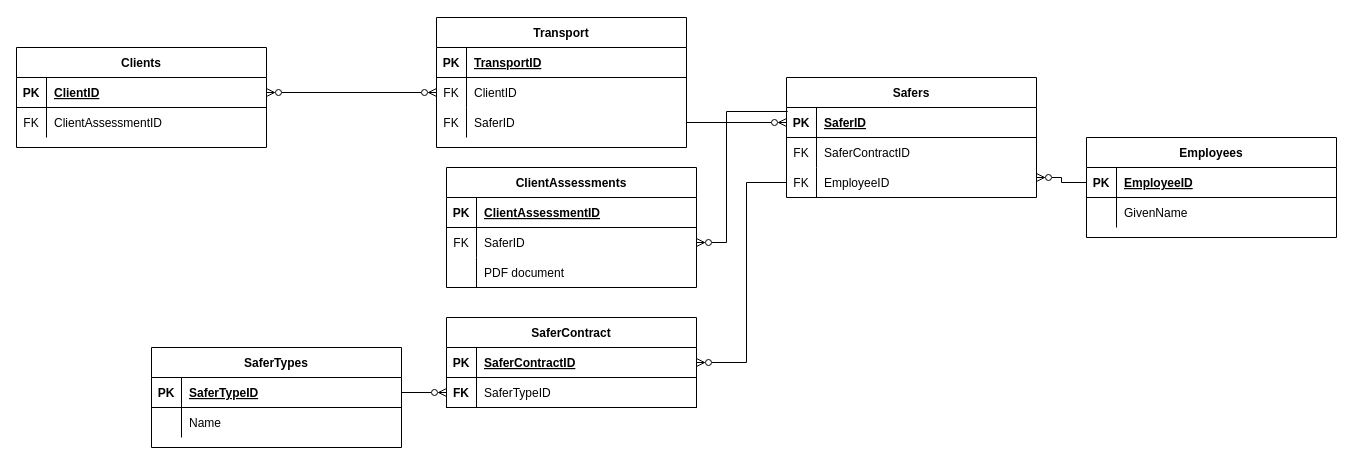
Witchs-Cat/SqliteWithCMD keeps this draw.io diagram as auto.drawio. Above is the earlier version. Source tidied: cells renumbered, new cells numbered last; positions are measured from the earlier drawing's top-left corner, leaving out a move shared by most shapes. Both pictures are drawn from the tidied source at 100%, with x=0, y=0 at pixel (16, 17).
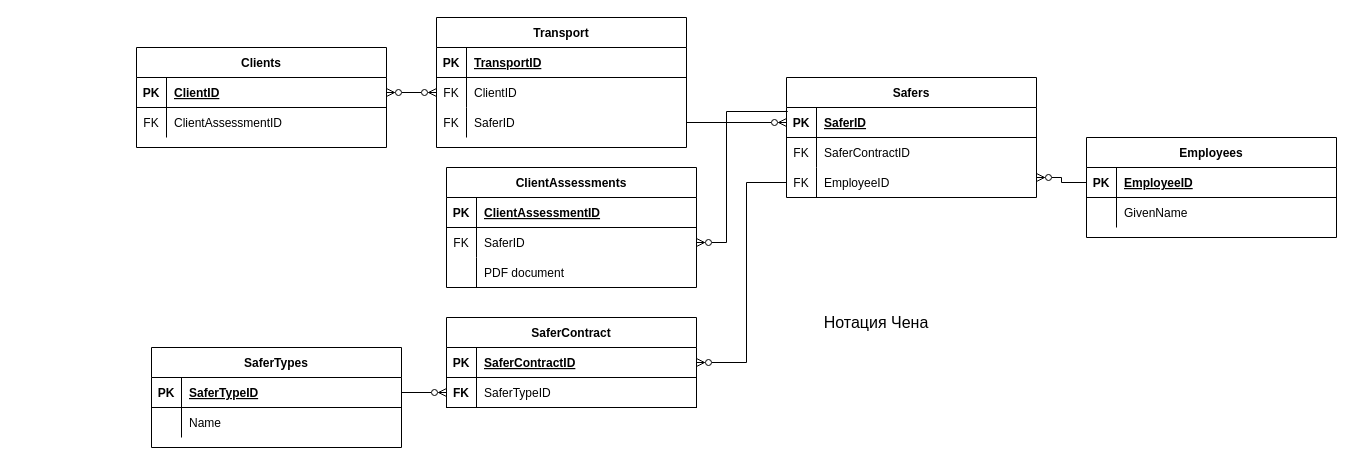
The same page after the edit.

The edit, as a diff of the source:
```diff
@@
     <mxCell id="12" value="Clients" style="shape=table;startSize=30;childLayout=tableLayout;rowLines=0;fontStyle=1;align=center;" parent="1" vertex="1">
-      <mxGeometry y="30" width="250" height="100" as="geometry" />
+      <mxGeometry x="120" y="30" width="250" height="100" as="geometry" />
     </mxCell>
@@
+    <mxCell id="67" value="Нотация Чена" style="text;html=1;align=center;verticalAlign=middle;whiteSpace=wrap;rounded=0;fontSize=16;" parent="1" vertex="1">
+      <mxGeometry x="770" y="290" width="180" height="30" as="geometry" />
+    </mxCell>
```
